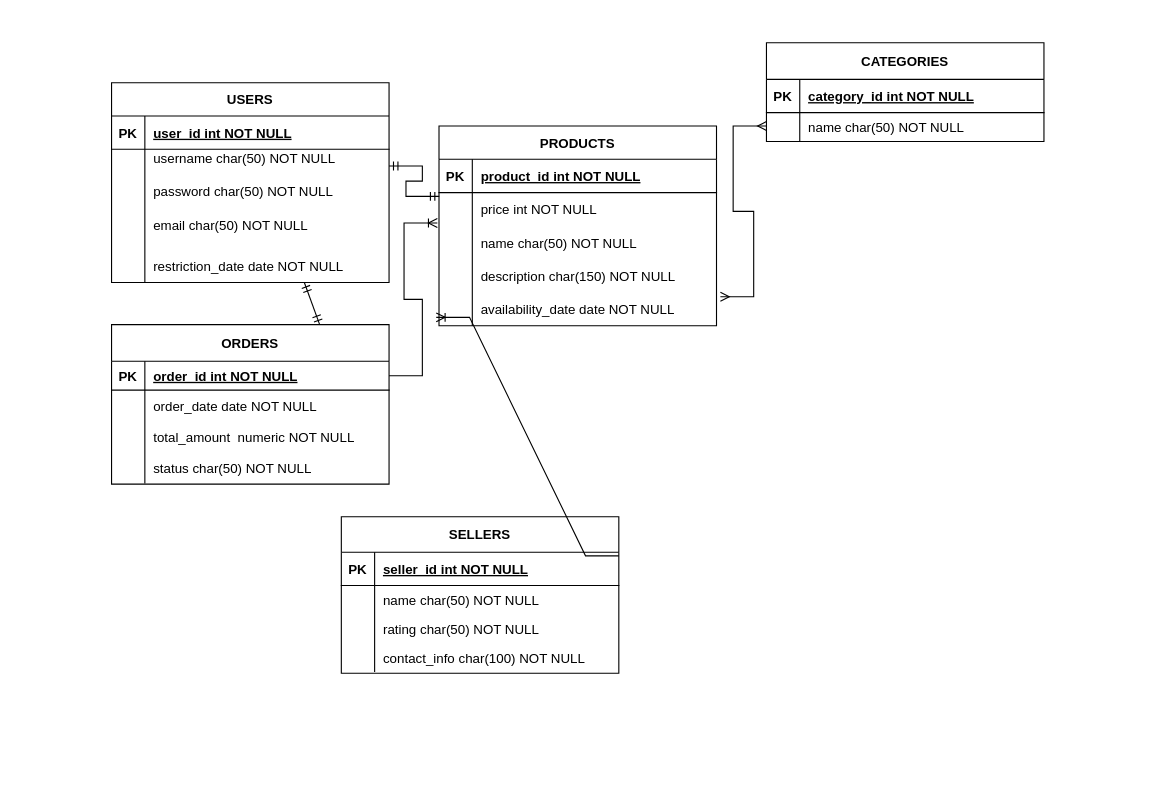
This is ENTITY RELATIONAL DIAGRAM.drawio from i-ninte/SQL_with_BiQquery, a draw.io file, before an edit. Source tidied: cells renumbered, new cells numbered last; positions are measured from the earlier drawing's top-left corner, leaving out a move shared by most shapes. Both pictures are drawn from the tidied source at 111%, with x=0, y=0 at pixel (111, 42).
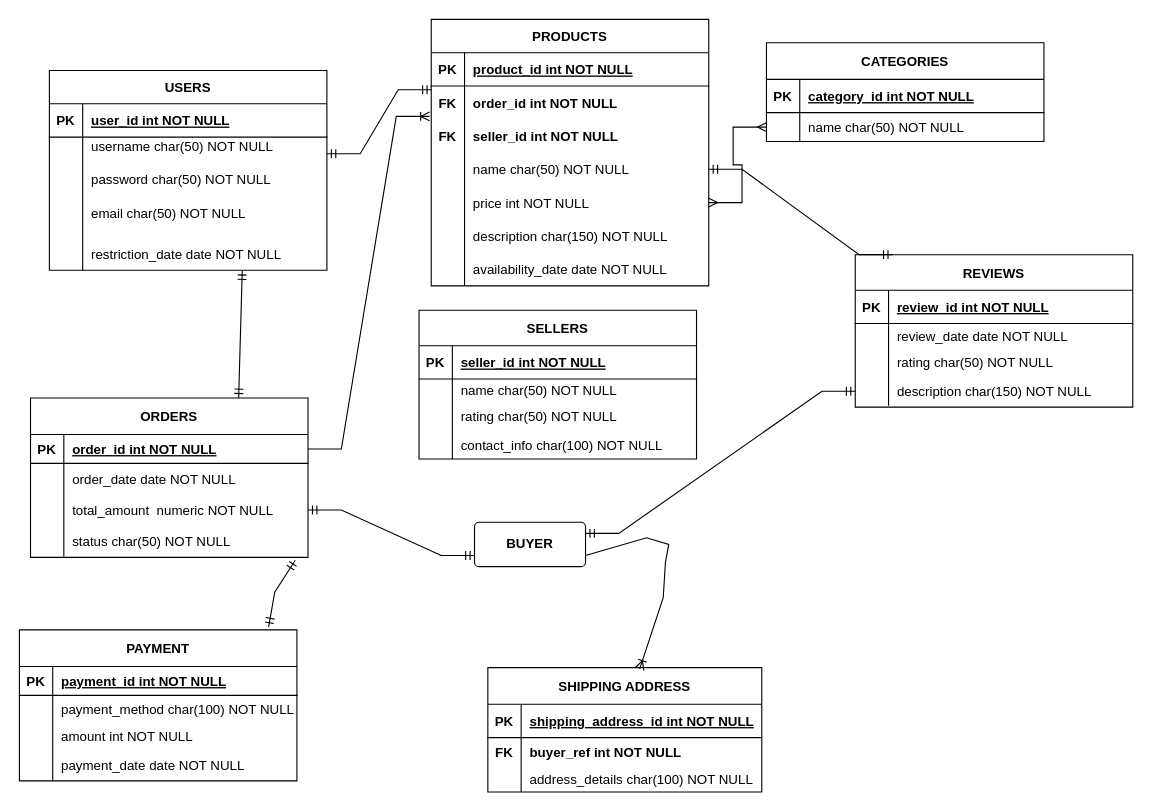
Above is the later version.

The change refers to these unchanged cells:
```xml
<mxCell id="6" style="shape=partialRectangle;fillColor=none;points=[[0,0.5],[1,0.5]];portConstraint=eastwest;top=0;left=0;right=0;bottom=0;" parent="2" vertex="1">
  <mxGeometry y="60" width="250" height="30" as="geometry" />
</mxCell>
<mxCell id="9" style="shape=partialRectangle;fillColor=none;top=0;left=0;right=0;bottom=0;" parent="2" vertex="1">
  <mxGeometry y="90" width="250" height="30" as="geometry" />
</mxCell>
<mxCell id="12" style="shape=partialRectangle;fillColor=none;points=[[0,0.5],[1,0.5]];portConstraint=eastwest;top=0;left=0;right=0;bottom=0;" parent="2" vertex="1">
  <mxGeometry y="120" width="250" height="30" as="geometry" />
</mxCell>
<mxCell id="15" style="shape=partialRectangle;fillColor=none;points=[[0,0.5],[1,0.5]];portConstraint=eastwest;top=0;left=0;right=0;bottom=0;" parent="2" vertex="1">
  <mxGeometry y="150" width="250" height="30" as="geometry" />
</mxCell>
<mxCell id="22" style="shape=partialRectangle;fillColor=none;points=[[0,0.5],[1,0.5]];portConstraint=eastwest;top=0;left=0;right=0;bottom=0;" parent="18" vertex="1">
  <mxGeometry y="63" width="250" height="26" as="geometry" />
</mxCell>
<mxCell id="49" style="shape=partialRectangle;fillColor=none;points=[[0,0.5],[1,0.5]];portConstraint=eastwest;top=0;left=0;right=0;bottom=0;" parent="42" vertex="1">
  <mxGeometry y="87" width="250" height="28" as="geometry" />
</mxCell>
<mxCell id="52" style="shape=partialRectangle;fillColor=none;points=[[0,0.5],[1,0.5]];portConstraint=eastwest;top=0;left=0;right=0;bottom=0;" parent="42" vertex="1">
  <mxGeometry y="115" width="250" height="28" as="geometry" />
</mxCell>
```

Change to the diagram source:
```diff
@@
     <mxCell id="2" value="PRODUCTS" style="shape=table;startSize=30;childLayout=tableLayout;rowLines=0;fontStyle=1;align=center;" parent="1" vertex="1">
-      <mxGeometry x="295" y="75" width="250" height="180" as="geometry" />
+      <mxGeometry x="288" y="-21" width="250" height="240" as="geometry" />
     </mxCell>
@@
-    <mxCell id="7" style="shape=partialRectangle;overflow=hidden;fillColor=none;top=0;left=0;bottom=0;right=0;" parent="6" vertex="1">
+    <mxCell id="7" value="FK" style="shape=partialRectangle;overflow=hidden;fillColor=none;top=0;left=0;bottom=0;right=0;fontStyle=1;" parent="6" vertex="1">
       <mxGeometry width="30" height="30" as="geometry" />
     </mxCell>
-    <mxCell id="8" value="price int NOT NULL" style="shape=partialRectangle;overflow=hidden;fillColor=none;top=0;left=0;bottom=0;right=0;align=left;spacingLeft=6;" parent="6" vertex="1">
+    <mxCell id="8" value="order_id int NOT NULL" style="shape=partialRectangle;overflow=hidden;fillColor=none;top=0;left=0;bottom=0;right=0;align=left;spacingLeft=6;fontStyle=1;" parent="6" vertex="1">
       <mxGeometry x="30" width="220" height="30" as="geometry" />
     </mxCell>
@@
-    <mxCell id="10" style="shape=partialRectangle;overflow=hidden;fillColor=none;top=0;left=0;bottom=0;right=0;" parent="9" vertex="1">
+    <mxCell id="10" value="FK" style="shape=partialRectangle;overflow=hidden;fillColor=none;top=0;left=0;bottom=0;right=0;fontStyle=1;" parent="9" vertex="1">
       <mxGeometry width="30" height="30" as="geometry" />
     </mxCell>
-    <mxCell id="11" value="name char(50) NOT NULL" style="shape=partialRectangle;overflow=hidden;fillColor=none;top=0;left=0;bottom=0;right=0;align=left;spacingLeft=6;" parent="9" vertex="1">
+    <mxCell id="11" value="seller_id int NOT NULL" style="shape=partialRectangle;overflow=hidden;fillColor=none;top=0;left=0;bottom=0;right=0;align=left;spacingLeft=6;fontStyle=1;" parent="9" vertex="1">
       <mxGeometry x="30" width="220" height="30" as="geometry" />
     </mxCell>
@@
-    <mxCell id="14" value="description char(150) NOT NULL" style="shape=partialRectangle;overflow=hidden;fillColor=none;top=0;left=0;bottom=0;right=0;align=left;spacingLeft=6;" parent="12" vertex="1">
+    <mxCell id="14" value="name char(50) NOT NULL" style="shape=partialRectangle;overflow=hidden;fillColor=none;top=0;left=0;bottom=0;right=0;align=left;spacingLeft=6;" parent="12" vertex="1">
       <mxGeometry x="30" width="220" height="30" as="geometry" />
     </mxCell>
@@
-    <mxCell id="17" value="availability_date date NOT NULL" style="shape=partialRectangle;overflow=hidden;fillColor=none;top=0;left=0;bottom=0;right=0;align=left;spacingLeft=6;" parent="15" vertex="1">
+    <mxCell id="17" value="price int NOT NULL" style="shape=partialRectangle;overflow=hidden;fillColor=none;top=0;left=0;bottom=0;right=0;align=left;spacingLeft=6;" parent="15" vertex="1">
       <mxGeometry x="30" width="220" height="30" as="geometry" />
     </mxCell>
+    <mxCell id="72" style="shape=partialRectangle;fillColor=none;top=0;left=0;right=0;bottom=0;" parent="2" vertex="1">
+      <mxGeometry y="180" width="250" height="30" as="geometry" />
+    </mxCell>
+    <mxCell id="73" style="shape=partialRectangle;overflow=hidden;fillColor=none;top=0;left=0;bottom=0;right=0;" parent="72" vertex="1">
+      <mxGeometry width="30" height="30" as="geometry" />
+    </mxCell>
+    <mxCell id="74" value="description char(150) NOT NULL" style="shape=partialRectangle;overflow=hidden;fillColor=none;top=0;left=0;bottom=0;right=0;align=left;spacingLeft=6;" parent="72" vertex="1">
+      <mxGeometry x="30" width="220" height="30" as="geometry" />
+    </mxCell>
+    <mxCell id="75" style="shape=partialRectangle;fillColor=none;top=0;left=0;right=0;bottom=0;" parent="2" vertex="1">
+      <mxGeometry y="210" width="250" height="30" as="geometry" />
+    </mxCell>
+    <mxCell id="76" style="shape=partialRectangle;overflow=hidden;fillColor=none;top=0;left=0;bottom=0;right=0;" parent="75" vertex="1">
+      <mxGeometry width="30" height="30" as="geometry" />
+    </mxCell>
+    <mxCell id="77" value="availability_date date NOT NULL" style="shape=partialRectangle;overflow=hidden;fillColor=none;top=0;left=0;bottom=0;right=0;align=left;spacingLeft=6;" parent="75" vertex="1">
+      <mxGeometry x="30" width="220" height="30" as="geometry" />
+    </mxCell>
@@
     <mxCell id="25" value="USERS" style="shape=table;startSize=30;childLayout=tableLayout;rowLines=0;fontStyle=1;align=center;" parent="1" vertex="1">
-      <mxGeometry y="36" width="250" height="180" as="geometry" />
+      <mxGeometry x="-56" y="25" width="250" height="180" as="geometry" />
     </mxCell>
@@
     <mxCell id="42" value="ORDERS" style="shape=table;startSize=33;childLayout=tableLayout;rowLines=0;fontStyle=1;align=center;" parent="1" vertex="1">
-      <mxGeometry y="254" width="250" height="143.6" as="geometry" />
+      <mxGeometry x="-73" y="320" width="250" height="143.6" as="geometry" />
     </mxCell>
@@
     <mxCell id="57" value="SELLERS" style="shape=table;startSize=32;childLayout=tableLayout;rowLines=0;fontStyle=1;align=center;" parent="1" vertex="1">
-      <mxGeometry x="207" y="427" width="250" height="141" as="geometry" />
+      <mxGeometry x="277" y="241" width="250" height="134" as="geometry" />
     </mxCell>
@@
     <mxCell id="61" style="shape=partialRectangle;fillColor=none;top=0;left=0;right=0;bottom=0;" parent="57" vertex="1">
-      <mxGeometry y="62" width="250" height="26" as="geometry" />
+      <mxGeometry y="62" width="250" height="20" as="geometry" />
     </mxCell>
     <mxCell id="62" style="shape=partialRectangle;overflow=hidden;fillColor=none;top=0;left=0;bottom=0;right=0;" parent="61" vertex="1">
-      <mxGeometry width="30" height="26" as="geometry" />
+      <mxGeometry width="30" height="20" as="geometry" />
     </mxCell>
     <mxCell id="63" value="name char(50) NOT NULL" style="shape=partialRectangle;overflow=hidden;fillColor=none;top=0;left=0;bottom=0;right=0;align=left;spacingLeft=6;" parent="61" vertex="1">
-      <mxGeometry x="30" width="220" height="26" as="geometry" />
+      <mxGeometry x="30" width="220" height="20" as="geometry" />
     </mxCell>
     <mxCell id="64" style="shape=partialRectangle;fillColor=none;top=0;left=0;right=0;bottom=0;" parent="57" vertex="1">
-      <mxGeometry y="88" width="250" height="26" as="geometry" />
+      <mxGeometry y="82" width="250" height="26" as="geometry" />
     </mxCell>
@@
     <mxCell id="67" style="shape=partialRectangle;fillColor=none;top=0;left=0;right=0;bottom=0;" parent="57" vertex="1">
-      <mxGeometry y="114" width="250" height="26" as="geometry" />
+      <mxGeometry y="108" width="250" height="26" as="geometry" />
     </mxCell>
@@
-    <mxCell id="70" style="edgeStyle=entityRelationEdgeStyle;fontSize=12;html=1;endArrow=ERoneToMany;rounded=0;exitX=1;exitY=0.25;exitDx=0;exitDy=0;entryX=-0.01;entryY=0.747;entryDx=0;entryDy=0;entryPerimeter=0;" parent="1" edge="1" source="57" target="15">
-      <mxGeometry relative="1" as="geometry">
-        <Array as="points">
-          <mxPoint x="642.8" y="294" />
-          <mxPoint x="602.8" y="362" />
-          <mxPoint x="670.8" y="257" />
-          <mxPoint x="657.8" y="209" />
-        </Array>
-      </mxGeometry>
-    </mxCell>
-    <mxCell id="71" style="edgeStyle=entityRelationEdgeStyle;fontSize=12;html=1;endArrow=ERmany;startArrow=ERmany;rounded=0;entryX=0;entryY=0.5;entryDx=0;entryDy=0;" parent="1" edge="1">
+    <mxCell id="71" style="edgeStyle=entityRelationEdgeStyle;fontSize=12;html=1;endArrow=ERmany;startArrow=ERmany;rounded=0;entryX=0;entryY=0.5;entryDx=0;entryDy=0;exitX=1;exitY=0.5;exitDx=0;exitDy=0;" parent="1" edge="1" source="15" target="22">
       <mxGeometry relative="1" as="geometry">
-        <mxPoint x="548.5" y="228.8" as="sourcePoint" />
-        <mxPoint x="590" y="75" as="targetPoint" />
         <Array as="points">
-          <mxPoint x="555" y="210" />
-          <mxPoint x="581.5" y="235" />
-          <mxPoint x="574.5" y="239" />
-          <mxPoint x="563.5" y="241" />
-          <mxPoint x="579" y="236" />
-          <mxPoint x="604.5" y="245" />
-          <mxPoint x="570" y="174" />
-          <mxPoint x="594" y="248" />
-          <mxPoint x="575.5" y="103" />
-          <mxPoint x="587.5" y="94" />
-          <mxPoint x="583.5" y="91" />
-          <mxPoint x="672" y="143" />
-          <mxPoint x="636" y="96" />
-          <mxPoint x="670" y="105" />
-          <mxPoint x="566" y="221" />
-          <mxPoint x="575.5" y="236.8" />
-          <mxPoint x="702.5" y="182.8" />
-          <mxPoint x="675.5" y="109" />
-          <mxPoint x="680.5" y="182.8" />
-          <mxPoint x="578.5" y="79.8" />
-          <mxPoint x="573.5" y="80.8" />
-          <mxPoint x="574.5" y="82.8" />
-          <mxPoint x="571.5" y="87.8" />
-          <mxPoint x="562.5" y="53.8" />
+          <mxPoint x="560" y="227" />
+          <mxPoint x="544" y="205" />
+          <mxPoint x="555" y="208" />
+          <mxPoint x="581.5" y="233" />
+          <mxPoint x="574.5" y="237" />
+          <mxPoint x="563.5" y="239" />
+          <mxPoint x="579" y="99" />
+          <mxPoint x="585" y="87" />
+          <mxPoint x="579" y="234" />
+          <mxPoint x="604.5" y="243" />
+          <mxPoint x="570" y="172" />
+          <mxPoint x="594" y="246" />
+          <mxPoint x="575.5" y="101" />
+          <mxPoint x="587.5" y="92" />
+          <mxPoint x="583.5" y="89" />
+          <mxPoint x="672" y="141" />
+          <mxPoint x="636" y="94" />
+          <mxPoint x="670" y="103" />
+          <mxPoint x="566" y="219" />
+          <mxPoint x="575.5" y="234.8" />
+          <mxPoint x="702.5" y="180.8" />
+          <mxPoint x="675.5" y="107" />
+          <mxPoint x="680.5" y="180.8" />
+          <mxPoint x="578.5" y="77.8" />
+          <mxPoint x="573.5" y="78.8" />
+          <mxPoint x="574.5" y="80.8" />
+          <mxPoint x="571.5" y="85.8" />
+          <mxPoint x="562.5" y="51.8" />
         </Array>
       </mxGeometry>
     </mxCell>
+    <mxCell id="78" value="REVIEWS" style="shape=table;startSize=32;childLayout=tableLayout;rowLines=0;fontStyle=1;align=center;" parent="1" vertex="1">
+      <mxGeometry x="670" y="191" width="250" height="137.3" as="geometry" />
+    </mxCell>
+    <mxCell id="79" style="shape=partialRectangle;fillColor=none;top=0;left=0;right=0;bottom=1;" parent="78" vertex="1">
+      <mxGeometry y="32" width="250" height="30" as="geometry" />
+    </mxCell>
+    <mxCell id="80" value="PK" style="shape=partialRectangle;overflow=hidden;fillColor=none;top=0;left=0;bottom=0;right=0;fontStyle=1;" parent="79" vertex="1">
+      <mxGeometry width="30" height="30" as="geometry" />
+    </mxCell>
+    <mxCell id="81" value="review_id int NOT NULL " style="shape=partialRectangle;overflow=hidden;fillColor=none;top=0;left=0;bottom=0;right=0;align=left;spacingLeft=6;fontStyle=5;" parent="79" vertex="1">
+      <mxGeometry x="30" width="220" height="30" as="geometry" />
+    </mxCell>
+    <mxCell id="82" style="shape=partialRectangle;fillColor=none;top=0;left=0;right=0;bottom=0;" parent="78" vertex="1">
+      <mxGeometry y="62" width="250" height="22" as="geometry" />
+    </mxCell>
+    <mxCell id="83" style="shape=partialRectangle;overflow=hidden;fillColor=none;top=0;left=0;bottom=0;right=0;" parent="82" vertex="1">
+      <mxGeometry width="30" height="22" as="geometry" />
+    </mxCell>
+    <mxCell id="84" value="review_date date NOT NULL" style="shape=partialRectangle;overflow=hidden;fillColor=none;top=0;left=0;bottom=0;right=0;align=left;spacingLeft=6;" parent="82" vertex="1">
+      <mxGeometry x="30" width="220" height="22" as="geometry" />
+    </mxCell>
+    <mxCell id="85" style="shape=partialRectangle;fillColor=none;top=0;left=0;right=0;bottom=0;" parent="78" vertex="1">
+      <mxGeometry y="84" width="250" height="26" as="geometry" />
+    </mxCell>
+    <mxCell id="86" style="shape=partialRectangle;overflow=hidden;fillColor=none;top=0;left=0;bottom=0;right=0;" parent="85" vertex="1">
+      <mxGeometry width="30" height="26" as="geometry" />
+    </mxCell>
+    <mxCell id="87" value="rating char(50) NOT NULL" style="shape=partialRectangle;overflow=hidden;fillColor=none;top=0;left=0;bottom=0;right=0;align=left;spacingLeft=6;" parent="85" vertex="1">
+      <mxGeometry x="30" width="220" height="26" as="geometry" />
+    </mxCell>
+    <mxCell id="88" style="shape=partialRectangle;fillColor=none;points=[[0,0.5],[1,0.5]];portConstraint=eastwest;top=0;left=0;right=0;bottom=0;" parent="78" vertex="1">
+      <mxGeometry y="110" width="250" height="26" as="geometry" />
+    </mxCell>
+    <mxCell id="89" style="shape=partialRectangle;overflow=hidden;fillColor=none;top=0;left=0;bottom=0;right=0;" parent="88" vertex="1">
+      <mxGeometry width="30" height="26" as="geometry" />
+    </mxCell>
+    <mxCell id="90" value="description char(150) NOT NULL" style="shape=partialRectangle;overflow=hidden;fillColor=none;top=0;left=0;bottom=0;right=0;align=left;spacingLeft=6;" parent="88" vertex="1">
+      <mxGeometry x="30" width="220" height="26" as="geometry" />
+    </mxCell>
+    <mxCell id="91" style="edgeStyle=entityRelationEdgeStyle;fontSize=12;html=1;endArrow=ERmandOne;startArrow=ERmandOne;rounded=0;entryX=1;entryY=0.5;entryDx=0;entryDy=0;exitX=0.134;exitY=-0.001;exitDx=0;exitDy=0;exitPerimeter=0;" parent="1" edge="1" source="78" target="12">
+      <mxGeometry relative="1" as="geometry">
+        <Array as="points">
+          <mxPoint x="623" y="267" />
+        </Array>
+      </mxGeometry>
+    </mxCell>
+    <mxCell id="92" value="&lt;b&gt;BUYER&lt;/b&gt;" style="rounded=1;arcSize=10;whiteSpace=wrap;html=1;align=center;" parent="1" vertex="1">
+      <mxGeometry x="327" y="432" width="100" height="40" as="geometry" />
+    </mxCell>
+    <mxCell id="93" style="edgeStyle=entityRelationEdgeStyle;fontSize=12;html=1;endArrow=ERmandOne;startArrow=ERmandOne;rounded=0;exitX=1;exitY=0.25;exitDx=0;exitDy=0;entryX=0;entryY=0.5;entryDx=0;entryDy=0;" parent="1" edge="1" source="92" target="88">
+      <mxGeometry relative="1" as="geometry">
+        <Array as="points">
+          <mxPoint x="650" y="320" />
+          <mxPoint x="650" y="320" />
+          <mxPoint x="651" y="329" />
+          <mxPoint x="654" y="343" />
+        </Array>
+      </mxGeometry>
+    </mxCell>
+    <mxCell id="94" style="edgeStyle=entityRelationEdgeStyle;fontSize=12;html=1;endArrow=ERmandOne;startArrow=ERmandOne;rounded=0;entryX=0;entryY=0.75;entryDx=0;entryDy=0;exitX=1;exitY=0.5;exitDx=0;exitDy=0;" parent="1" edge="1" source="49" target="92">
+      <mxGeometry relative="1" as="geometry">
+        <Array as="points">
+          <mxPoint x="357" y="521" />
+          <mxPoint x="371" y="512" />
+          <mxPoint x="374" y="509" />
+          <mxPoint x="371" y="489" />
+          <mxPoint x="418" y="495" />
+          <mxPoint x="428" y="492" />
+          <mxPoint x="422" y="464" />
+          <mxPoint x="491" y="468" />
+          <mxPoint x="414" y="470" />
+        </Array>
+      </mxGeometry>
+    </mxCell>
+    <mxCell id="95" value="PAYMENT" style="shape=table;startSize=33;childLayout=tableLayout;rowLines=0;fontStyle=1;align=center;" parent="1" vertex="1">
+      <mxGeometry x="-83" y="529" width="250" height="136" as="geometry" />
+    </mxCell>
+    <mxCell id="96" style="shape=partialRectangle;fillColor=none;top=0;left=0;right=0;bottom=1;" parent="95" vertex="1">
+      <mxGeometry y="33" width="250" height="26" as="geometry" />
+    </mxCell>
+    <mxCell id="97" value="PK" style="shape=partialRectangle;overflow=hidden;fillColor=none;top=0;left=0;bottom=0;right=0;fontStyle=1;" parent="96" vertex="1">
+      <mxGeometry width="30" height="26" as="geometry" />
+    </mxCell>
+    <mxCell id="98" value="payment_id int NOT NULL " style="shape=partialRectangle;overflow=hidden;fillColor=none;top=0;left=0;bottom=0;right=0;align=left;spacingLeft=6;fontStyle=5;" parent="96" vertex="1">
+      <mxGeometry x="30" width="220" height="26" as="geometry" />
+    </mxCell>
+    <mxCell id="99" style="shape=partialRectangle;fillColor=none;top=0;left=0;right=0;bottom=0;" parent="95" vertex="1">
+      <mxGeometry y="59" width="250" height="24" as="geometry" />
+    </mxCell>
+    <mxCell id="100" style="shape=partialRectangle;overflow=hidden;fillColor=none;top=0;left=0;bottom=0;right=0;" parent="99" vertex="1">
+      <mxGeometry width="30" height="24" as="geometry" />
+    </mxCell>
+    <mxCell id="101" value="payment_method char(100) NOT NULL" style="shape=partialRectangle;overflow=hidden;fillColor=none;top=0;left=0;bottom=0;right=0;align=left;spacingLeft=6;" parent="99" vertex="1">
+      <mxGeometry x="30" width="220" height="24" as="geometry" />
+    </mxCell>
+    <mxCell id="102" style="shape=partialRectangle;fillColor=none;top=0;left=0;right=0;bottom=0;" parent="95" vertex="1">
+      <mxGeometry y="83" width="250" height="25" as="geometry" />
+    </mxCell>
+    <mxCell id="103" style="shape=partialRectangle;overflow=hidden;fillColor=none;top=0;left=0;bottom=0;right=0;" parent="102" vertex="1">
+      <mxGeometry width="30" height="25" as="geometry" />
+    </mxCell>
+    <mxCell id="104" value="amount int NOT NULL" style="shape=partialRectangle;overflow=hidden;fillColor=none;top=0;left=0;bottom=0;right=0;align=left;spacingLeft=6;" parent="102" vertex="1">
+      <mxGeometry x="30" width="220" height="25" as="geometry" />
+    </mxCell>
+    <mxCell id="105" style="shape=partialRectangle;fillColor=none;top=0;left=0;right=0;bottom=0;" parent="95" vertex="1">
+      <mxGeometry y="108" width="250" height="28" as="geometry" />
+    </mxCell>
+    <mxCell id="106" style="shape=partialRectangle;overflow=hidden;fillColor=none;top=0;left=0;bottom=0;right=0;" parent="105" vertex="1">
+      <mxGeometry width="30" height="28" as="geometry" />
+    </mxCell>
+    <mxCell id="107" value="payment_date date NOT NULL" style="shape=partialRectangle;overflow=hidden;fillColor=none;top=0;left=0;bottom=0;right=0;align=left;spacingLeft=6;" parent="105" vertex="1">
+      <mxGeometry x="30" width="220" height="28" as="geometry" />
+    </mxCell>
+    <mxCell id="108" style="fontSize=12;html=1;endArrow=ERmandOne;startArrow=ERmandOne;rounded=0;exitX=0.898;exitY=-0.019;exitDx=0;exitDy=0;exitPerimeter=0;entryX=0.954;entryY=1.114;entryDx=0;entryDy=0;entryPerimeter=0;" parent="1" edge="1" source="95" target="52">
+      <mxGeometry relative="1" as="geometry">
+        <Array as="points">
+          <mxPoint x="147" y="495" />
+        </Array>
+      </mxGeometry>
+    </mxCell>
+    <mxCell id="109" value="SHIPPING ADDRESS" style="shape=table;startSize=33;childLayout=tableLayout;rowLines=0;fontStyle=1;align=center;" parent="1" vertex="1">
+      <mxGeometry x="339" y="563" width="246.8" height="112" as="geometry" />
+    </mxCell>
+    <mxCell id="110" style="shape=partialRectangle;fillColor=none;top=0;left=0;right=0;bottom=1;" parent="109" vertex="1">
+      <mxGeometry y="33" width="246.8" height="30" as="geometry" />
+    </mxCell>
+    <mxCell id="111" value="PK" style="shape=partialRectangle;overflow=hidden;fillColor=none;top=0;left=0;bottom=0;right=0;fontStyle=1;" parent="110" vertex="1">
+      <mxGeometry width="30" height="30" as="geometry" />
+    </mxCell>
+    <mxCell id="112" value="shipping_address_id int NOT NULL" style="shape=partialRectangle;overflow=hidden;fillColor=none;top=0;left=0;bottom=0;right=0;align=left;spacingLeft=6;fontStyle=5;" parent="110" vertex="1">
+      <mxGeometry x="30" width="216.8" height="30" as="geometry" />
+    </mxCell>
+    <mxCell id="113" style="shape=partialRectangle;fillColor=none;top=0;left=0;right=0;bottom=0;" parent="109" vertex="1">
+      <mxGeometry y="63" width="246.8" height="26" as="geometry" />
+    </mxCell>
+    <mxCell id="114" value="FK" style="shape=partialRectangle;overflow=hidden;fillColor=none;top=0;left=0;bottom=0;right=0;fontStyle=1;" parent="113" vertex="1">
+      <mxGeometry width="30" height="26" as="geometry" />
+    </mxCell>
+    <mxCell id="115" value="buyer_ref int NOT NULL" style="shape=partialRectangle;overflow=hidden;fillColor=none;top=0;left=0;bottom=0;right=0;align=left;spacingLeft=6;fontStyle=1;" parent="113" vertex="1">
+      <mxGeometry x="30" width="216.8" height="26" as="geometry" />
+    </mxCell>
+    <mxCell id="116" style="shape=partialRectangle;fillColor=none;top=0;left=0;right=0;bottom=0;" parent="109" vertex="1">
+      <mxGeometry y="89" width="246.8" height="23" as="geometry" />
+    </mxCell>
+    <mxCell id="117" style="shape=partialRectangle;overflow=hidden;fillColor=none;top=0;left=0;bottom=0;right=0;fontStyle=1;" parent="116" vertex="1">
+      <mxGeometry width="30" height="23" as="geometry" />
+    </mxCell>
+    <mxCell id="118" value="address_details char(100) NOT NULL" style="shape=partialRectangle;overflow=hidden;fillColor=none;top=0;left=0;bottom=0;right=0;align=left;spacingLeft=6;fontStyle=0;" parent="116" vertex="1">
+      <mxGeometry x="30" width="216.8" height="23" as="geometry" />
+    </mxCell>
+    <mxCell id="119" style="fontSize=12;html=1;endArrow=ERoneToMany;rounded=0;entryX=0.554;entryY=0.012;entryDx=0;entryDy=0;entryPerimeter=0;exitX=1;exitY=0.75;exitDx=0;exitDy=0;" parent="1" edge="1" source="92" target="109">
+      <mxGeometry relative="1" as="geometry">
+        <Array as="points">
+          <mxPoint x="482" y="446" />
+          <mxPoint x="502" y="452" />
+          <mxPoint x="499" y="468" />
+          <mxPoint x="497" y="500" />
+        </Array>
+      </mxGeometry>
+    </mxCell>
```
